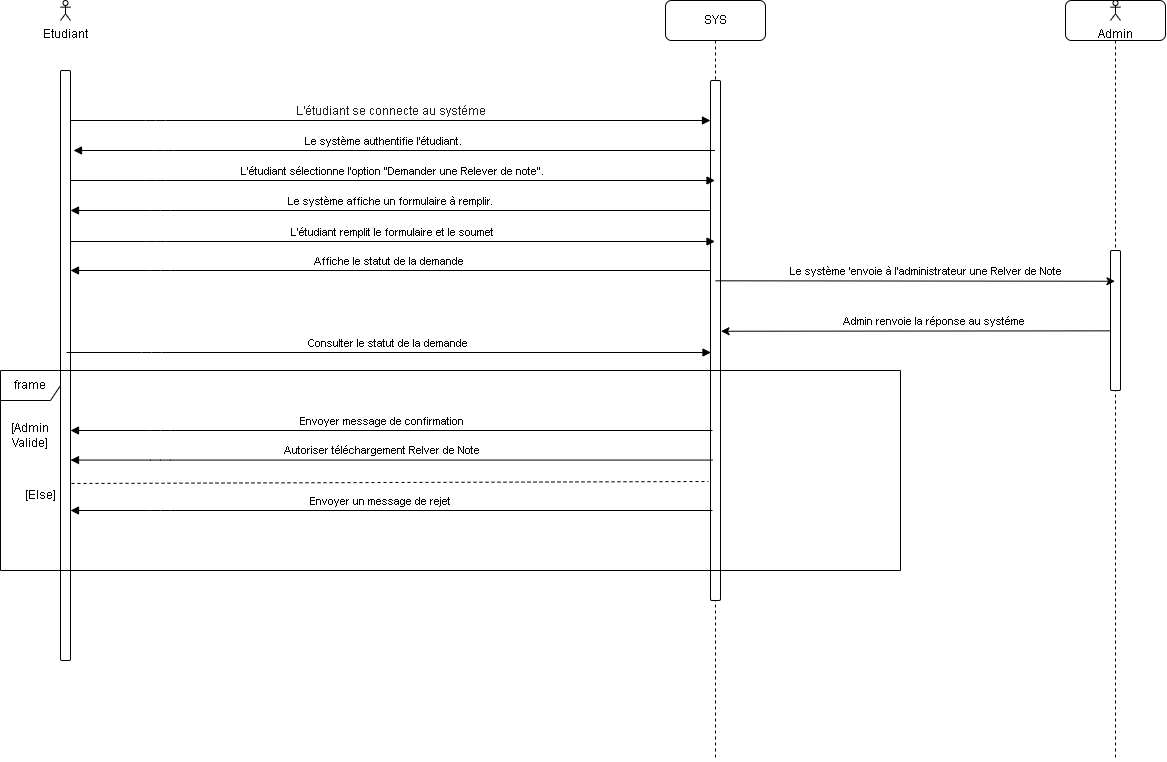
Before: RelverDeNote.drawio.png, a diagram exported from draw.io (elm-dak/uml-gestion-scolaire). Source tidied: cells renumbered, new cells last; positions are measured from the earlier drawing's top-left corner, leaving out a move shared by most shapes.
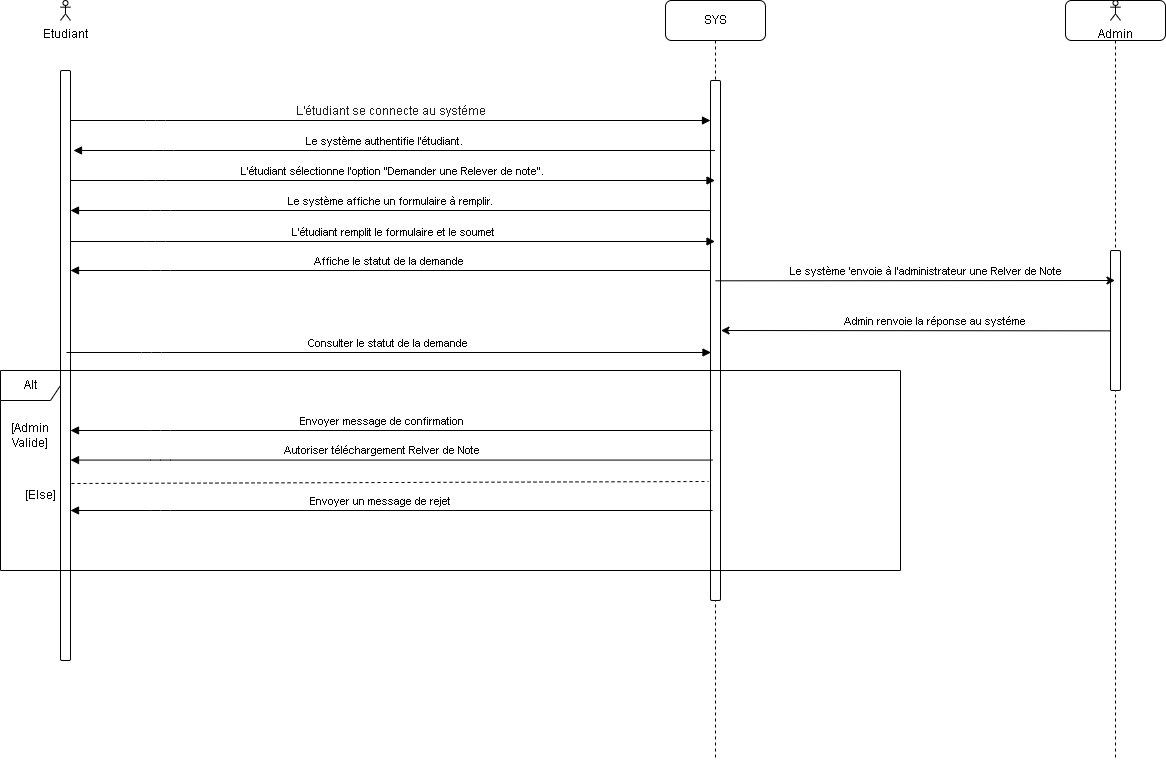
After the commit.

What changed in the source:
```diff
@@ -156,7 +156,7 @@
         </Array>
       </mxGeometry>
     </mxCell>
-    <mxCell id="29" value="frame" style="shape=umlFrame;whiteSpace=wrap;html=1;" parent="1" vertex="1">
+    <mxCell id="29" value="Alt" style="shape=umlFrame;whiteSpace=wrap;html=1;" parent="1" vertex="1">
       <mxGeometry y="370" width="900" height="200" as="geometry" />
     </mxCell>
     <mxCell id="30" style="endArrow=none;dashed=1;html=1;rounded=0;" parent="1" edge="1">
```
